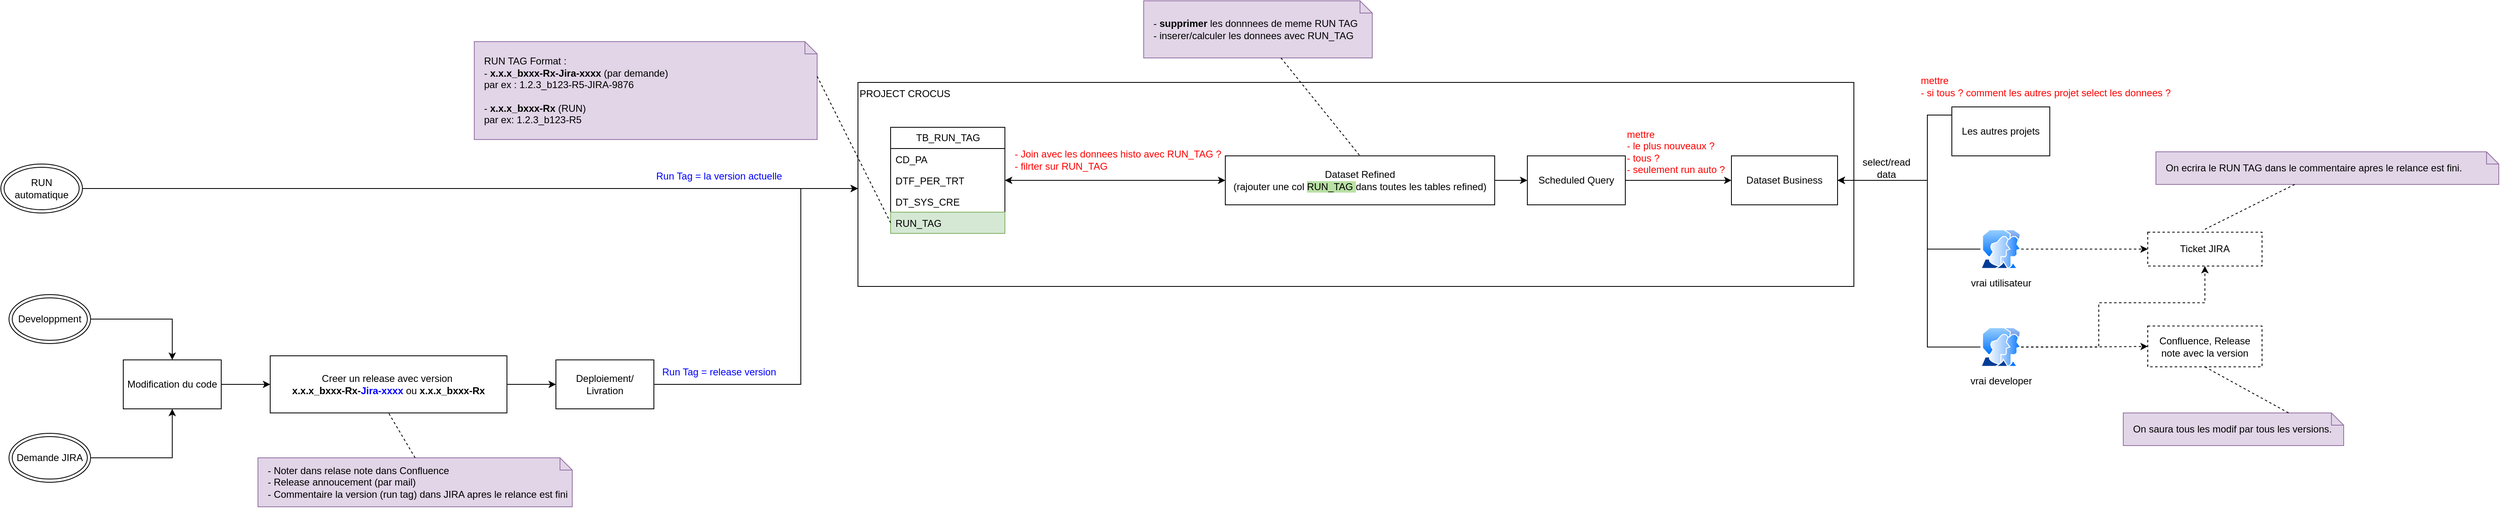
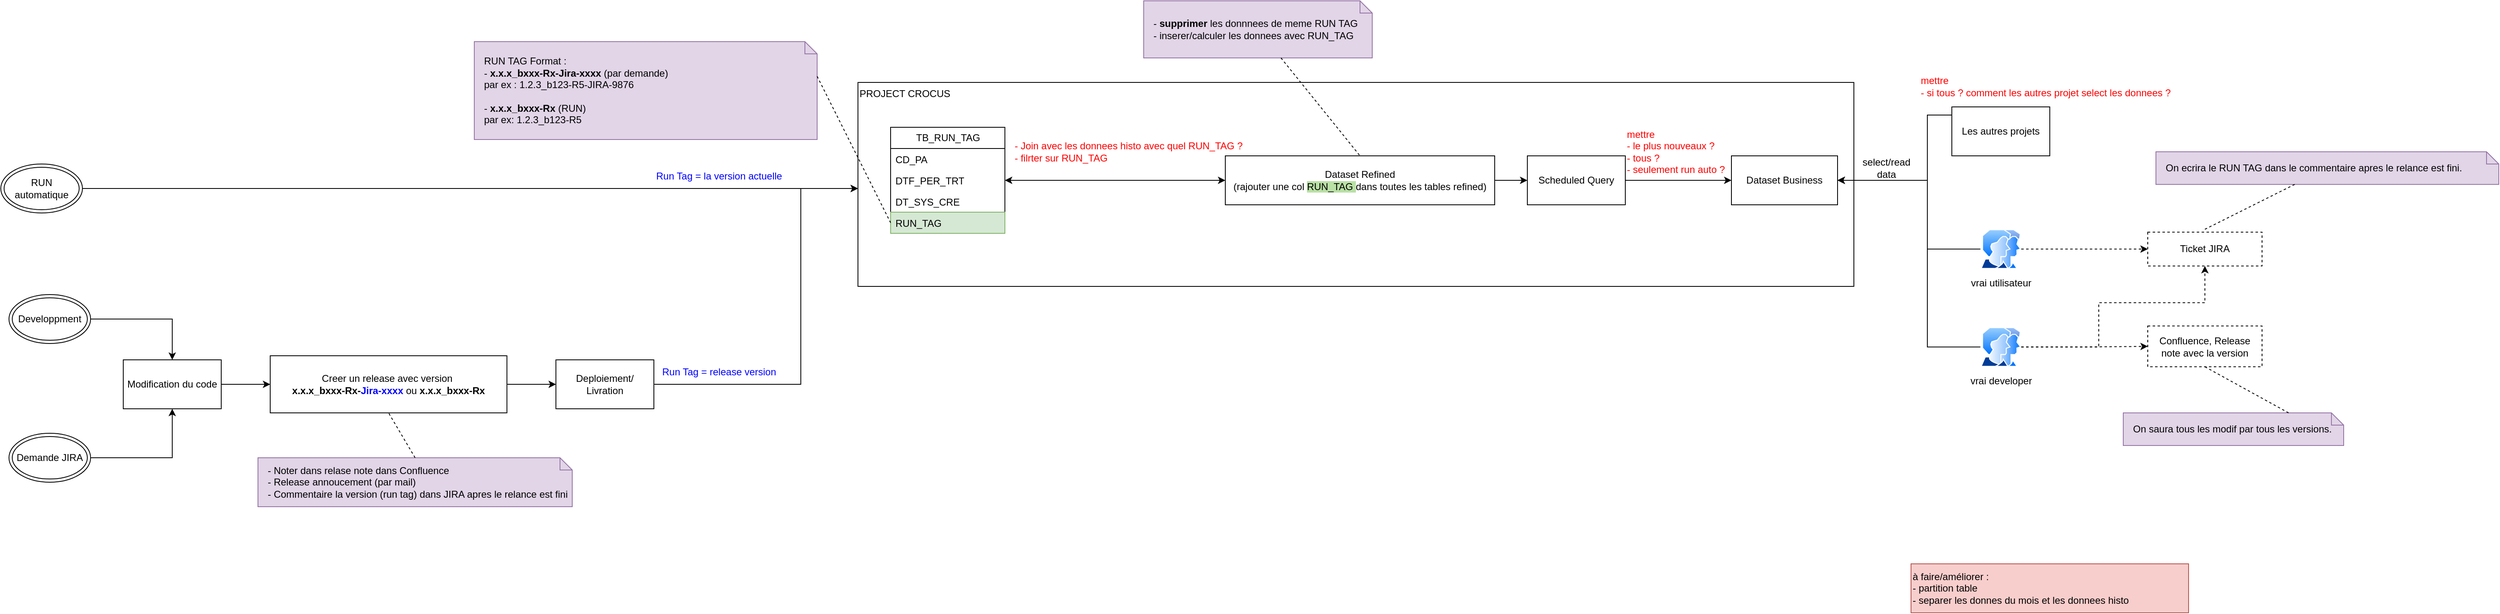
<mxfile host="app.diagrams.net">
  <diagram name="Page-1" id="bEAYSmEDHXBXhFzCy1HB">
    <mxGraphModel dx="2873" dy="1106" grid="1" gridSize="10" guides="1" tooltips="1" connect="1" arrows="1" fold="1" page="1" pageScale="1" pageWidth="827" pageHeight="1169" math="0" shadow="0">
      <root>
        <mxCell id="0" />
        <mxCell id="1" parent="0" />
        <mxCell id="QUzsFoNl6aFI_2ed8XXq-13" parent="1" style="rounded=0;whiteSpace=wrap;html=1;align=left;verticalAlign=top;" value="PROJECT CROCUS" vertex="1">
          <mxGeometry height="250" width="1220" x="380" y="140" as="geometry" />
        </mxCell>
        <mxCell id="QUzsFoNl6aFI_2ed8XXq-1" parent="1" style="swimlane;fontStyle=0;childLayout=stackLayout;horizontal=1;startSize=26;fillColor=none;horizontalStack=0;resizeParent=1;resizeParentMax=0;resizeLast=0;collapsible=1;marginBottom=0;html=1;" value="TB_RUN_TAG" vertex="1">
          <mxGeometry height="130" width="140" x="420" y="195" as="geometry" />
        </mxCell>
        <mxCell id="QUzsFoNl6aFI_2ed8XXq-2" parent="QUzsFoNl6aFI_2ed8XXq-1" style="text;strokeColor=none;fillColor=none;align=left;verticalAlign=top;spacingLeft=4;spacingRight=4;overflow=hidden;rotatable=0;points=[[0,0.5],[1,0.5]];portConstraint=eastwest;whiteSpace=wrap;html=1;" value="CD_PA" vertex="1">
          <mxGeometry height="26" width="140" y="26" as="geometry" />
        </mxCell>
        <mxCell id="QUzsFoNl6aFI_2ed8XXq-3" parent="QUzsFoNl6aFI_2ed8XXq-1" style="text;strokeColor=none;fillColor=none;align=left;verticalAlign=top;spacingLeft=4;spacingRight=4;overflow=hidden;rotatable=0;points=[[0,0.5],[1,0.5]];portConstraint=eastwest;whiteSpace=wrap;html=1;" value="DTF_PER_TRT" vertex="1">
          <mxGeometry height="26" width="140" y="52" as="geometry" />
        </mxCell>
        <mxCell id="QUzsFoNl6aFI_2ed8XXq-4" parent="QUzsFoNl6aFI_2ed8XXq-1" style="text;strokeColor=none;fillColor=none;align=left;verticalAlign=top;spacingLeft=4;spacingRight=4;overflow=hidden;rotatable=0;points=[[0,0.5],[1,0.5]];portConstraint=eastwest;whiteSpace=wrap;html=1;" value="DT_SYS_CRE" vertex="1">
          <mxGeometry height="26" width="140" y="78" as="geometry" />
        </mxCell>
        <mxCell id="QUzsFoNl6aFI_2ed8XXq-5" parent="QUzsFoNl6aFI_2ed8XXq-1" style="text;strokeColor=#82b366;fillColor=#d5e8d4;align=left;verticalAlign=top;spacingLeft=4;spacingRight=4;overflow=hidden;rotatable=0;points=[[0,0.5],[1,0.5]];portConstraint=eastwest;whiteSpace=wrap;html=1;" value="RUN_TAG" vertex="1">
          <mxGeometry height="26" width="140" y="104" as="geometry" />
        </mxCell>
        <mxCell id="QUzsFoNl6aFI_2ed8XXq-7" parent="1" style="shape=note;size=15;align=left;spacingLeft=10;html=1;whiteSpace=wrap;fillColor=#e1d5e7;strokeColor=#9673a6;" value="RUN TAG Format :&amp;nbsp;&lt;div&gt;- &lt;b&gt;x.x.x_bxxx-Rx-Jira-xxxx&lt;/b&gt; (par demande)&amp;nbsp;&lt;/div&gt;&lt;div&gt;par ex : 1.2.3_b123-R5-JIRA-9876&lt;/div&gt;&lt;div&gt;&lt;br&gt;&lt;/div&gt;&lt;div&gt;-&lt;b&gt; x.x.x_bxxx-Rx&lt;/b&gt; (RUN)&lt;/div&gt;&lt;div&gt;&lt;span style=&quot;background-color: transparent; color: light-dark(rgb(0, 0, 0), rgb(255, 255, 255));&quot;&gt;par ex: 1.2.3_b123-R5&lt;/span&gt;&lt;/div&gt;" vertex="1">
          <mxGeometry height="120" width="420" x="-90" y="90" as="geometry" />
        </mxCell>
        <mxCell id="QUzsFoNl6aFI_2ed8XXq-8" edge="1" parent="1" source="QUzsFoNl6aFI_2ed8XXq-7" style="edgeStyle=none;endArrow=none;exitX=0;exitY=0;dashed=1;html=1;rounded=0;entryX=0;entryY=0.5;entryDx=0;entryDy=0;exitDx=420;exitDy=42.5;exitPerimeter=0;" target="QUzsFoNl6aFI_2ed8XXq-5" value="">
          <mxGeometry relative="1" x="1" as="geometry">
            <mxPoint x="590" y="660" as="targetPoint" />
          </mxGeometry>
        </mxCell>
        <mxCell id="QUzsFoNl6aFI_2ed8XXq-10" parent="1" style="rounded=0;whiteSpace=wrap;html=1;dashed=1;" value="Confluence, Release note avec la v&lt;span style=&quot;background-color: transparent; color: light-dark(rgb(0, 0, 0), rgb(255, 255, 255));&quot;&gt;ersion&lt;/span&gt;" vertex="1">
          <mxGeometry height="50" width="140" x="1960" y="438.5" as="geometry" />
        </mxCell>
        <mxCell id="QUzsFoNl6aFI_2ed8XXq-11" parent="1" style="rounded=0;whiteSpace=wrap;html=1;dashed=1;" value="Ticket JIRA" vertex="1">
          <mxGeometry height="41.5" width="140" x="1960" y="323.5" as="geometry" />
        </mxCell>
        <mxCell id="QUzsFoNl6aFI_2ed8XXq-42" edge="1" parent="1" source="QUzsFoNl6aFI_2ed8XXq-12" style="edgeStyle=orthogonalEdgeStyle;rounded=0;orthogonalLoop=1;jettySize=auto;html=1;entryX=1;entryY=0.5;entryDx=0;entryDy=0;startArrow=classic;startFill=1;" target="QUzsFoNl6aFI_2ed8XXq-3">
          <mxGeometry relative="1" as="geometry" />
        </mxCell>
        <mxCell id="QUzsFoNl6aFI_2ed8XXq-50" edge="1" parent="1" source="QUzsFoNl6aFI_2ed8XXq-12" style="edgeStyle=orthogonalEdgeStyle;rounded=0;orthogonalLoop=1;jettySize=auto;html=1;" target="QUzsFoNl6aFI_2ed8XXq-46">
          <mxGeometry relative="1" as="geometry">
            <Array as="points" />
          </mxGeometry>
        </mxCell>
        <mxCell id="QUzsFoNl6aFI_2ed8XXq-12" parent="1" style="rounded=0;whiteSpace=wrap;html=1;" value="Dataset Refined&lt;div&gt;(rajouter une col &lt;span style=&quot;background-color: rgb(185, 224, 165);&quot;&gt;RUN_TAG &lt;/span&gt;dans toutes les tables refined)&lt;/div&gt;" vertex="1">
          <mxGeometry height="60" width="330" x="830" y="230" as="geometry" />
        </mxCell>
        <mxCell id="QUzsFoNl6aFI_2ed8XXq-27" edge="1" parent="1" source="QUzsFoNl6aFI_2ed8XXq-33" style="edgeStyle=orthogonalEdgeStyle;rounded=0;orthogonalLoop=1;jettySize=auto;html=1;entryX=0.5;entryY=0;entryDx=0;entryDy=0;" target="QUzsFoNl6aFI_2ed8XXq-23">
          <mxGeometry relative="1" as="geometry">
            <mxPoint x="-760" y="325" as="sourcePoint" />
          </mxGeometry>
        </mxCell>
        <mxCell id="QUzsFoNl6aFI_2ed8XXq-29" edge="1" parent="1" source="QUzsFoNl6aFI_2ed8XXq-34" style="edgeStyle=orthogonalEdgeStyle;rounded=0;orthogonalLoop=1;jettySize=auto;html=1;entryX=0.5;entryY=1;entryDx=0;entryDy=0;" target="QUzsFoNl6aFI_2ed8XXq-23">
          <mxGeometry relative="1" as="geometry">
            <mxPoint x="-820" y="785" as="sourcePoint" />
          </mxGeometry>
        </mxCell>
        <mxCell id="QUzsFoNl6aFI_2ed8XXq-19" parent="1" style="text;html=1;whiteSpace=wrap;strokeColor=none;fillColor=none;align=center;verticalAlign=middle;rounded=0;fontColor=#0000FF;" value="Run Tag = la version actuelle" vertex="1">
          <mxGeometry height="30" width="200" x="110" y="240" as="geometry" />
        </mxCell>
        <mxCell id="QUzsFoNl6aFI_2ed8XXq-28" edge="1" parent="1" source="QUzsFoNl6aFI_2ed8XXq-23" style="edgeStyle=orthogonalEdgeStyle;rounded=0;orthogonalLoop=1;jettySize=auto;html=1;" target="QUzsFoNl6aFI_2ed8XXq-25">
          <mxGeometry relative="1" as="geometry" />
        </mxCell>
        <mxCell id="QUzsFoNl6aFI_2ed8XXq-23" parent="1" style="rounded=0;whiteSpace=wrap;html=1;" value="Modification du code" vertex="1">
          <mxGeometry height="60" width="120" x="-520" y="480" as="geometry" />
        </mxCell>
        <mxCell id="QUzsFoNl6aFI_2ed8XXq-31" edge="1" parent="1" source="QUzsFoNl6aFI_2ed8XXq-24" style="edgeStyle=orthogonalEdgeStyle;rounded=0;orthogonalLoop=1;jettySize=auto;html=1;" target="QUzsFoNl6aFI_2ed8XXq-13">
          <mxGeometry relative="1" as="geometry">
            <Array as="points">
              <mxPoint x="310" y="510" />
              <mxPoint x="310" y="270" />
            </Array>
          </mxGeometry>
        </mxCell>
        <mxCell id="QUzsFoNl6aFI_2ed8XXq-24" parent="1" style="rounded=0;whiteSpace=wrap;html=1;" value="Deploiement/ Livration" vertex="1">
          <mxGeometry height="60" width="120" x="10" y="480" as="geometry" />
        </mxCell>
        <mxCell id="QUzsFoNl6aFI_2ed8XXq-30" edge="1" parent="1" source="QUzsFoNl6aFI_2ed8XXq-25" style="edgeStyle=orthogonalEdgeStyle;rounded=0;orthogonalLoop=1;jettySize=auto;html=1;entryX=0;entryY=0.5;entryDx=0;entryDy=0;" target="QUzsFoNl6aFI_2ed8XXq-24">
          <mxGeometry relative="1" as="geometry" />
        </mxCell>
        <mxCell id="QUzsFoNl6aFI_2ed8XXq-25" parent="1" style="rounded=0;whiteSpace=wrap;html=1;" value="Creer un release avec version&amp;nbsp;&lt;div&gt;&lt;span style=&quot;text-align: left;&quot;&gt;&lt;b&gt;x.x.x_bxxx-Rx-&lt;font style=&quot;color: rgb(0, 0, 255);&quot;&gt;Jira-xxxx&lt;/font&gt;&lt;/b&gt; ou&amp;nbsp;&lt;/span&gt;&lt;span style=&quot;text-align: left;&quot;&gt;&lt;b&gt;x.x.x_bxxx-Rx&lt;/b&gt;&lt;/span&gt;&lt;/div&gt;" vertex="1">
          <mxGeometry height="70" width="290" x="-340" y="475" as="geometry" />
        </mxCell>
        <mxCell id="QUzsFoNl6aFI_2ed8XXq-33" parent="1" style="ellipse;shape=doubleEllipse;whiteSpace=wrap;html=1;" value="Developpment" vertex="1">
          <mxGeometry height="60" width="100" x="-660" y="400" as="geometry" />
        </mxCell>
        <mxCell id="QUzsFoNl6aFI_2ed8XXq-34" parent="1" style="ellipse;shape=doubleEllipse;whiteSpace=wrap;html=1;" value="Demande JIRA" vertex="1">
          <mxGeometry height="60" width="100" x="-660" y="570" as="geometry" />
        </mxCell>
        <mxCell id="QUzsFoNl6aFI_2ed8XXq-36" edge="1" parent="1" source="QUzsFoNl6aFI_2ed8XXq-35" style="edgeStyle=orthogonalEdgeStyle;rounded=0;orthogonalLoop=1;jettySize=auto;html=1;" target="QUzsFoNl6aFI_2ed8XXq-13">
          <mxGeometry relative="1" as="geometry">
            <Array as="points">
              <mxPoint x="40" y="270" />
              <mxPoint x="40" y="270" />
            </Array>
          </mxGeometry>
        </mxCell>
        <mxCell id="QUzsFoNl6aFI_2ed8XXq-35" parent="1" style="ellipse;shape=doubleEllipse;whiteSpace=wrap;html=1;" value="RUN automatique" vertex="1">
          <mxGeometry height="60" width="100" x="-670" y="240" as="geometry" />
        </mxCell>
        <mxCell id="QUzsFoNl6aFI_2ed8XXq-37" parent="1" style="text;html=1;whiteSpace=wrap;strokeColor=none;fillColor=none;align=center;verticalAlign=middle;rounded=0;fontColor=#0000FF;" value="Run Tag = release version" vertex="1">
          <mxGeometry height="30" width="200" x="110" y="480" as="geometry" />
        </mxCell>
        <mxCell id="QUzsFoNl6aFI_2ed8XXq-38" parent="1" style="shape=note;size=15;align=left;spacingLeft=10;html=1;whiteSpace=wrap;fillColor=#e1d5e7;strokeColor=#9673a6;" value="- Noter dans relase note dans Confluence&lt;div&gt;- Release annoucement (par mail)&lt;/div&gt;&lt;div&gt;- Commentaire la version (run tag) dans JIRA apres le relance est fini&lt;/div&gt;" vertex="1">
          <mxGeometry height="60" width="385" x="-355" y="600" as="geometry" />
        </mxCell>
        <mxCell id="QUzsFoNl6aFI_2ed8XXq-39" edge="1" parent="1" source="QUzsFoNl6aFI_2ed8XXq-38" style="edgeStyle=none;endArrow=none;exitX=0.5;exitY=0;dashed=1;html=1;rounded=0;entryX=0.5;entryY=1;entryDx=0;entryDy=0;exitDx=0;exitDy=0;exitPerimeter=0;" target="QUzsFoNl6aFI_2ed8XXq-25" value="">
          <mxGeometry relative="1" x="1" as="geometry">
            <mxPoint x="710" y="660" as="sourcePoint" />
            <mxPoint x="762" y="510" as="targetPoint" />
          </mxGeometry>
        </mxCell>
        <mxCell id="QUzsFoNl6aFI_2ed8XXq-40" parent="1" style="shape=note;size=15;align=left;spacingLeft=10;html=1;whiteSpace=wrap;fillColor=#e1d5e7;strokeColor=#9673a6;" value="- &lt;b&gt;supprimer &lt;/b&gt;les donnnees de meme RUN TAG&lt;div&gt;- inserer/calculer les donnees avec RUN_TAG&lt;/div&gt;" vertex="1">
          <mxGeometry height="70" width="280" x="730" y="40" as="geometry" />
        </mxCell>
        <mxCell id="QUzsFoNl6aFI_2ed8XXq-41" edge="1" parent="1" source="QUzsFoNl6aFI_2ed8XXq-40" style="edgeStyle=none;endArrow=none;dashed=1;html=1;rounded=0;entryX=0.5;entryY=0;entryDx=0;entryDy=0;" target="QUzsFoNl6aFI_2ed8XXq-12" value="">
          <mxGeometry relative="1" x="1" as="geometry">
            <mxPoint x="720" y="650" as="sourcePoint" />
            <mxPoint x="772" y="500" as="targetPoint" />
          </mxGeometry>
        </mxCell>
-         <mxCell id="QUzsFoNl6aFI_2ed8XXq-43" parent="1" style="text;html=1;whiteSpace=wrap;strokeColor=none;fillColor=none;align=left;verticalAlign=middle;rounded=0;" value="&lt;font style=&quot;color: rgb(255, 0, 0);&quot;&gt;- Join avec les donnees histo avec RUN_TAG ?&lt;/font&gt;&lt;div&gt;&lt;font style=&quot;color: rgb(255, 0, 0);&quot;&gt;- filrter sur RUN_TAG&lt;/font&gt;&lt;/div&gt;" vertex="1">
-           <mxGeometry height="30" width="270" x="570" y="220" as="geometry" />
+         <mxCell id="QUzsFoNl6aFI_2ed8XXq-43" parent="1" style="text;html=1;whiteSpace=wrap;strokeColor=none;fillColor=none;align=left;verticalAlign=middle;rounded=0;" value="&lt;font style=&quot;color: rgb(255, 0, 0);&quot;&gt;- Join avec les donnees histo avec quel RUN_TAG ?&lt;/font&gt;&lt;div&gt;&lt;font style=&quot;color: rgb(255, 0, 0);&quot;&gt;- filrter sur RUN_TAG&lt;/font&gt;&lt;/div&gt;" vertex="1">
+           <mxGeometry height="30" width="290" x="570" y="210" as="geometry" />
        </mxCell>
        <mxCell id="QUzsFoNl6aFI_2ed8XXq-45" parent="1" style="rounded=0;whiteSpace=wrap;html=1;" value="Dataset Business" vertex="1">
          <mxGeometry height="60" width="130" x="1450" y="230" as="geometry" />
        </mxCell>
        <mxCell id="QUzsFoNl6aFI_2ed8XXq-48" edge="1" parent="1" source="QUzsFoNl6aFI_2ed8XXq-46" style="edgeStyle=orthogonalEdgeStyle;rounded=0;orthogonalLoop=1;jettySize=auto;html=1;" target="QUzsFoNl6aFI_2ed8XXq-45">
          <mxGeometry relative="1" as="geometry" />
        </mxCell>
        <mxCell id="QUzsFoNl6aFI_2ed8XXq-46" parent="1" style="rounded=0;whiteSpace=wrap;html=1;" value="Scheduled Query" vertex="1">
          <mxGeometry height="60" width="120" x="1200" y="230" as="geometry" />
        </mxCell>
        <mxCell id="QUzsFoNl6aFI_2ed8XXq-51" parent="1" style="text;html=1;whiteSpace=wrap;strokeColor=none;fillColor=none;align=left;verticalAlign=middle;rounded=0;fontColor=#FF0000;" value="mettre&amp;nbsp;&lt;div&gt;- le plus nouveaux ?&lt;/div&gt;&lt;div&gt;- tous ?&lt;/div&gt;&lt;div&gt;- seulement run auto ?&lt;/div&gt;" vertex="1">
          <mxGeometry height="30" width="370" x="1320" y="210" as="geometry" />
        </mxCell>
        <mxCell id="QUzsFoNl6aFI_2ed8XXq-59" edge="1" parent="1" source="QUzsFoNl6aFI_2ed8XXq-52" style="edgeStyle=orthogonalEdgeStyle;rounded=0;orthogonalLoop=1;jettySize=auto;html=1;entryX=1;entryY=0.5;entryDx=0;entryDy=0;" target="QUzsFoNl6aFI_2ed8XXq-45">
          <mxGeometry relative="1" as="geometry">
            <Array as="points">
              <mxPoint x="1690" y="180" />
              <mxPoint x="1690" y="260" />
            </Array>
          </mxGeometry>
        </mxCell>
        <mxCell id="QUzsFoNl6aFI_2ed8XXq-52" parent="1" style="rounded=0;whiteSpace=wrap;html=1;" value="Les autres projets" vertex="1">
          <mxGeometry height="60" width="120" x="1720" y="170" as="geometry" />
        </mxCell>
        <mxCell id="QUzsFoNl6aFI_2ed8XXq-58" edge="1" parent="1" source="QUzsFoNl6aFI_2ed8XXq-57" style="edgeStyle=orthogonalEdgeStyle;rounded=0;orthogonalLoop=1;jettySize=auto;html=1;entryX=1;entryY=0.5;entryDx=0;entryDy=0;" target="QUzsFoNl6aFI_2ed8XXq-45">
          <mxGeometry relative="1" as="geometry">
            <Array as="points">
              <mxPoint x="1690" y="344" />
              <mxPoint x="1690" y="260" />
            </Array>
          </mxGeometry>
        </mxCell>
        <mxCell id="QUzsFoNl6aFI_2ed8XXq-65" edge="1" parent="1" source="QUzsFoNl6aFI_2ed8XXq-57" style="edgeStyle=orthogonalEdgeStyle;rounded=0;orthogonalLoop=1;jettySize=auto;html=1;dashed=1;" target="QUzsFoNl6aFI_2ed8XXq-11">
          <mxGeometry relative="1" as="geometry" />
        </mxCell>
        <mxCell id="QUzsFoNl6aFI_2ed8XXq-57" parent="1" style="image;aspect=fixed;perimeter=ellipsePerimeter;html=1;align=center;shadow=0;dashed=0;spacingTop=3;image=img/lib/active_directory/user_accounts.svg;" value="vrai utilisateur" vertex="1">
          <mxGeometry height="48.5" width="50" x="1755" y="320" as="geometry" />
        </mxCell>
        <mxCell id="QUzsFoNl6aFI_2ed8XXq-60" parent="1" style="text;html=1;whiteSpace=wrap;strokeColor=none;fillColor=none;align=center;verticalAlign=middle;rounded=0;" value="select/read data" vertex="1">
          <mxGeometry height="30" width="60" x="1610" y="230" as="geometry" />
        </mxCell>
        <mxCell id="QUzsFoNl6aFI_2ed8XXq-63" edge="1" parent="1" source="QUzsFoNl6aFI_2ed8XXq-62" style="edgeStyle=orthogonalEdgeStyle;rounded=0;orthogonalLoop=1;jettySize=auto;html=1;entryX=1;entryY=0.5;entryDx=0;entryDy=0;" target="QUzsFoNl6aFI_2ed8XXq-45">
          <mxGeometry relative="1" as="geometry">
            <Array as="points">
              <mxPoint x="1690" y="464" />
              <mxPoint x="1690" y="260" />
            </Array>
          </mxGeometry>
        </mxCell>
        <mxCell id="QUzsFoNl6aFI_2ed8XXq-66" edge="1" parent="1" source="QUzsFoNl6aFI_2ed8XXq-62" style="edgeStyle=orthogonalEdgeStyle;rounded=0;orthogonalLoop=1;jettySize=auto;html=1;dashed=1;" target="QUzsFoNl6aFI_2ed8XXq-10">
          <mxGeometry relative="1" as="geometry" />
        </mxCell>
        <mxCell id="QUzsFoNl6aFI_2ed8XXq-68" edge="1" parent="1" source="QUzsFoNl6aFI_2ed8XXq-62" style="edgeStyle=orthogonalEdgeStyle;rounded=0;orthogonalLoop=1;jettySize=auto;html=1;entryX=0.5;entryY=1;entryDx=0;entryDy=0;dashed=1;" target="QUzsFoNl6aFI_2ed8XXq-11">
          <mxGeometry relative="1" as="geometry">
            <Array as="points">
              <mxPoint x="1900" y="464" />
              <mxPoint x="1900" y="410" />
              <mxPoint x="2030" y="410" />
            </Array>
          </mxGeometry>
        </mxCell>
        <mxCell id="QUzsFoNl6aFI_2ed8XXq-62" parent="1" style="image;aspect=fixed;perimeter=ellipsePerimeter;html=1;align=center;shadow=0;dashed=0;spacingTop=3;image=img/lib/active_directory/user_accounts.svg;" value="vrai developer" vertex="1">
          <mxGeometry height="48.5" width="50" x="1755" y="440" as="geometry" />
        </mxCell>
        <mxCell id="QUzsFoNl6aFI_2ed8XXq-69" parent="1" style="shape=note;size=15;align=left;spacingLeft=10;html=1;whiteSpace=wrap;fillColor=#e1d5e7;strokeColor=#9673a6;" value="On ecrira le RUN TAG dans le commentaire apres le relance est fini." vertex="1">
          <mxGeometry height="40" width="420" x="1970" y="225" as="geometry" />
        </mxCell>
        <mxCell id="QUzsFoNl6aFI_2ed8XXq-70" edge="1" parent="1" source="QUzsFoNl6aFI_2ed8XXq-69" style="edgeStyle=none;endArrow=none;dashed=1;html=1;rounded=0;" value="">
          <mxGeometry relative="1" x="1" as="geometry">
            <mxPoint x="970" y="210" as="sourcePoint" />
            <mxPoint x="2030" y="320" as="targetPoint" />
          </mxGeometry>
        </mxCell>
        <mxCell id="QUzsFoNl6aFI_2ed8XXq-71" parent="1" style="shape=note;size=15;align=left;spacingLeft=10;html=1;whiteSpace=wrap;fillColor=#e1d5e7;strokeColor=#9673a6;" value="On saura tous les modif par tous les versions." vertex="1">
          <mxGeometry height="40" width="270" x="1930" y="545" as="geometry" />
        </mxCell>
        <mxCell id="QUzsFoNl6aFI_2ed8XXq-72" edge="1" parent="1" source="QUzsFoNl6aFI_2ed8XXq-71" style="edgeStyle=none;endArrow=none;dashed=1;html=1;rounded=0;entryX=0.5;entryY=1;entryDx=0;entryDy=0;exitX=0;exitY=0;exitDx=202.5;exitDy=0;exitPerimeter=0;" target="QUzsFoNl6aFI_2ed8XXq-10" value="">
          <mxGeometry relative="1" x="1" as="geometry">
            <mxPoint x="2180" y="470" as="sourcePoint" />
            <mxPoint x="2070" y="525" as="targetPoint" />
          </mxGeometry>
        </mxCell>
        <mxCell id="QUzsFoNl6aFI_2ed8XXq-73" parent="1" style="text;html=1;whiteSpace=wrap;strokeColor=none;fillColor=none;align=left;verticalAlign=middle;rounded=0;fontColor=#FF0000;" value="mettre&amp;nbsp;&lt;div&gt;&lt;span style=&quot;background-color: transparent; color: light-dark(rgb(255, 0, 0), rgb(255, 144, 144));&quot;&gt;- si tous ? comment les autres projet select les donnees ?&lt;/span&gt;&lt;/div&gt;" vertex="1">
          <mxGeometry height="30" width="370" x="1680" y="130" as="geometry" />
+         </mxCell>
+         <mxCell id="QUzsFoNl6aFI_2ed8XXq-74" parent="1" style="rounded=0;whiteSpace=wrap;html=1;align=left;fillColor=#f8cecc;strokeColor=#b85450;" value="à faire/améliorer :&lt;div&gt;- partition table&lt;/div&gt;&lt;div&gt;- separer les donnes du mois et les donnees histo&lt;/div&gt;" vertex="1">
+           <mxGeometry height="60" width="340" x="1670" y="730" as="geometry" />
        </mxCell>
      </root>
    </mxGraphModel>
  </diagram>
</mxfile>
